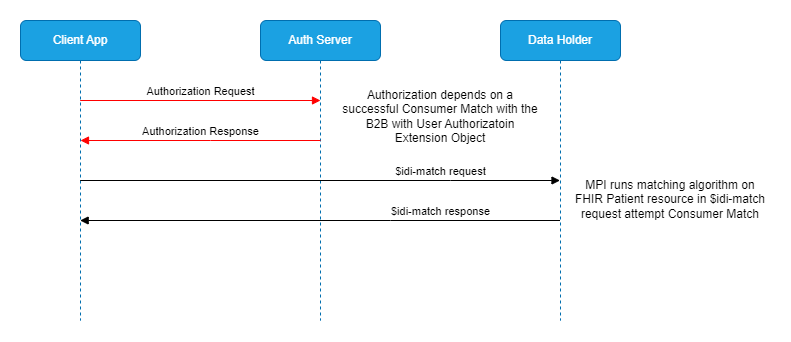
Earlier version of the draw.io export input/images/b2b-with-patient-user.png (HL7/fhir-identity-matching-ig). Source tidied: cells renumbered, new cells last; positions are measured from the earlier drawing's top-left corner, leaving out a move shared by most shapes.
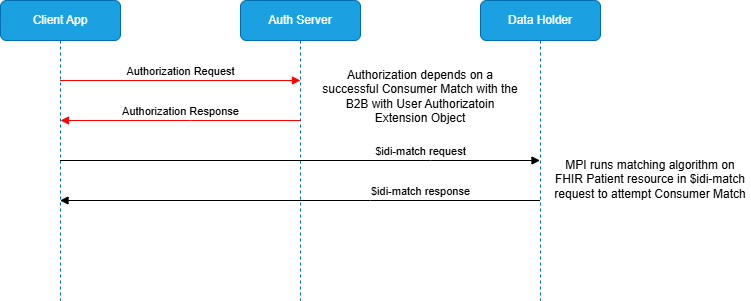
Later version of the same file.

Commit message:
Fixed type in B2B with Patient User diagram

What changed in the source:
```diff
@@ -47,7 +47,7 @@
     <mxCell id="9" value="Authorization depends on a successful Consumer Match with the B2B with User Authorizatoin Extension Object" style="text;html=1;align=center;verticalAlign=middle;whiteSpace=wrap;rounded=0;" parent="1" vertex="1">
       <mxGeometry x="320" y="46" width="200" height="100" as="geometry" />
     </mxCell>
-    <mxCell id="10" value="MPI runs matching algorithm on FHIR Patient resource in $idi-match request attempt Consumer Match" style="text;html=1;align=center;verticalAlign=middle;whiteSpace=wrap;rounded=0;" parent="1" vertex="1">
+    <mxCell id="10" value="MPI runs matching algorithm on FHIR Patient resource in $idi-match request to attempt Consumer Match" style="text;html=1;align=center;verticalAlign=middle;whiteSpace=wrap;rounded=0;" parent="1" vertex="1">
       <mxGeometry x="550" y="129" width="200" height="100" as="geometry" />
     </mxCell>
   </root>
```
